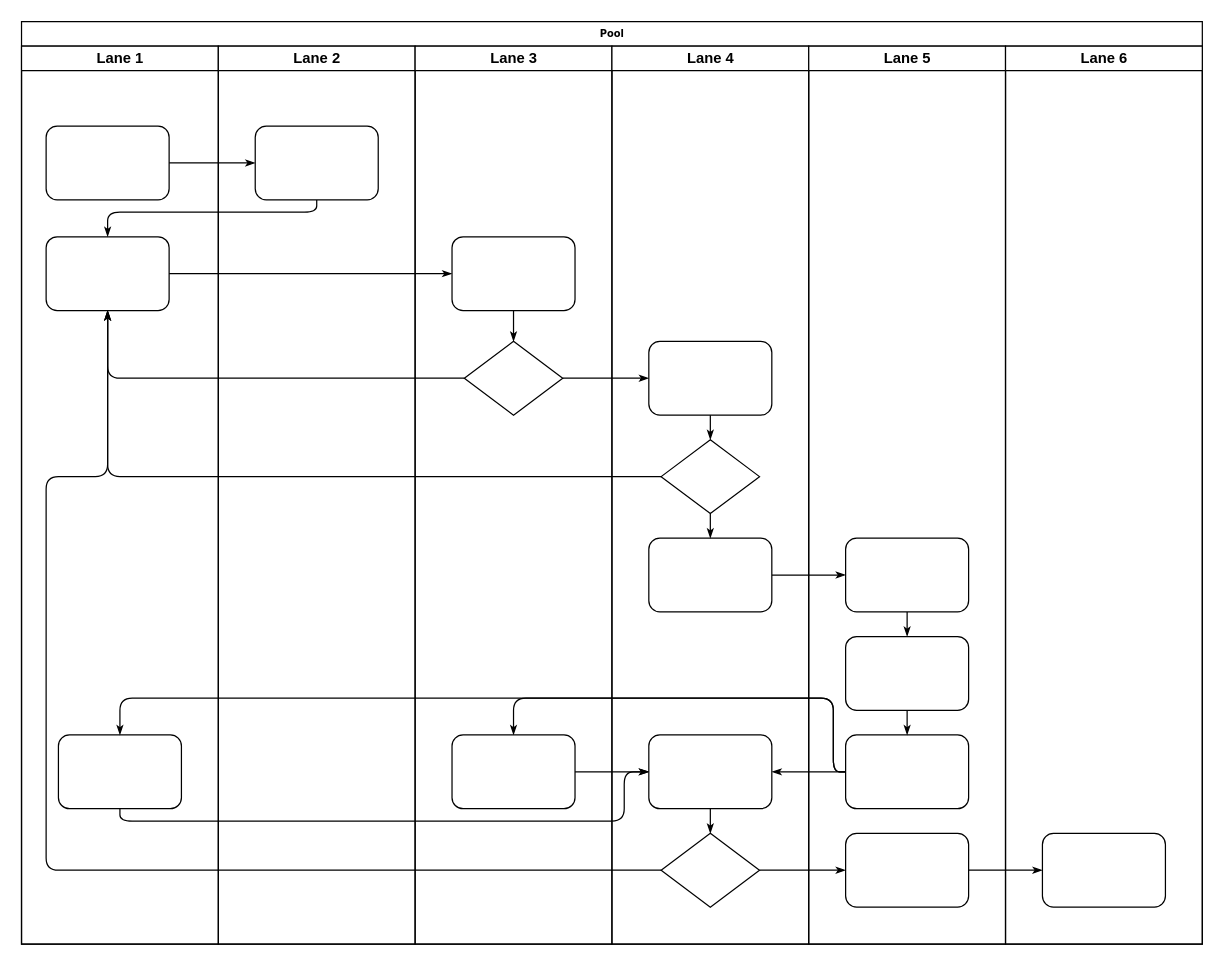
Earlier version of the draw.io diagram 事件通知消息回调.drawio (liangdengming/diagrams). Source tidied: cells renumbered, new cells numbered last; positions are measured from the earlier drawing's top-left corner, leaving out a move shared by most shapes. Both pictures are drawn from the tidied source at 123%, with x=0, y=0 at pixel (21, 21).
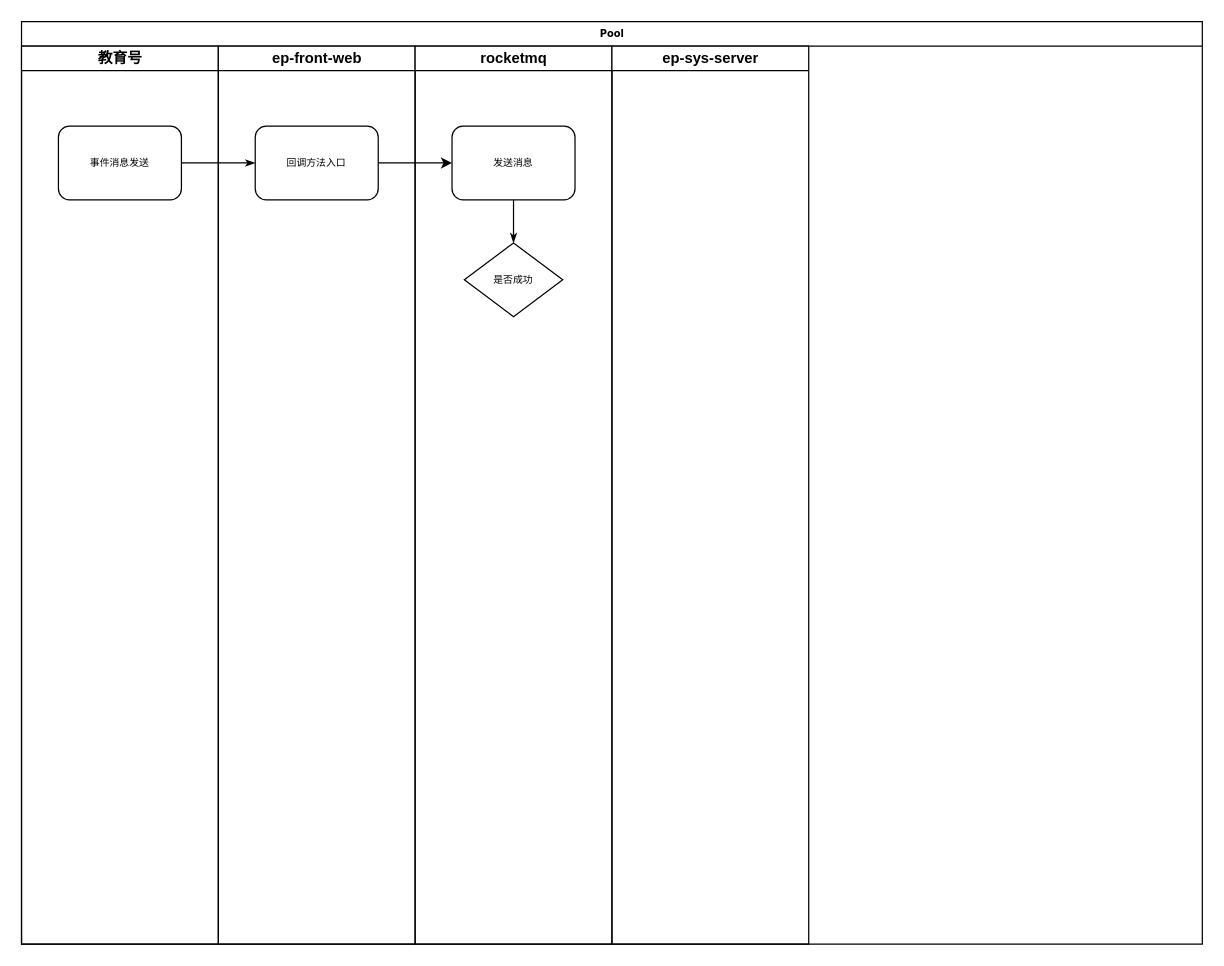
After the change.

Commit message:
事件通知消息回调.drawio

Unchanged cells that the change refers to:
```xml
<mxCell id="2" value="Pool" style="swimlane;html=1;startSize=20;rounded=0;shadow=0;labelBackgroundColor=none;strokeWidth=1;fontFamily=Verdana;fontSize=8;align=center;" parent="1" vertex="1">
  <mxGeometry width="960" height="750" as="geometry" />
</mxCell>
```

Diff of the diagram source:
```diff
@@
-    <mxCell id="3" value="Lane 1" style="swimlane;html=1;startSize=20;" parent="2" vertex="1">
+    <mxCell id="3" value="教育号" style="swimlane;html=1;startSize=20;" parent="2" vertex="1">
       <mxGeometry y="20" width="160" height="730" as="geometry" />
     </mxCell>
-    <mxCell id="4" style="rounded=1;whiteSpace=wrap;html=1;shadow=0;labelBackgroundColor=none;strokeWidth=1;fontFamily=Verdana;fontSize=8;align=center;" parent="3" vertex="1">
-      <mxGeometry x="20" y="65" width="100" height="60" as="geometry" />
+    <mxCell id="4" value="事件消息发送" style="rounded=1;whiteSpace=wrap;html=1;shadow=0;labelBackgroundColor=none;strokeWidth=1;fontFamily=Verdana;fontSize=8;align=center;" parent="3" vertex="1">
+      <mxGeometry x="30" y="65" width="100" height="60" as="geometry" />
     </mxCell>
-    <mxCell id="5" style="rounded=1;whiteSpace=wrap;html=1;shadow=0;labelBackgroundColor=none;strokeWidth=1;fontFamily=Verdana;fontSize=8;align=center;" parent="3" vertex="1">
-      <mxGeometry x="20" y="155" width="100" height="60" as="geometry" />
-    </mxCell>
-    <mxCell id="6" style="rounded=1;whiteSpace=wrap;html=1;shadow=0;labelBackgroundColor=none;strokeWidth=1;fontFamily=Verdana;fontSize=8;align=center;" parent="3" vertex="1">
-      <mxGeometry x="30" y="560" width="100" height="60" as="geometry" />
-    </mxCell>
@@
-    <mxCell id="8" style="edgeStyle=orthogonalEdgeStyle;rounded=1;html=1;labelBackgroundColor=none;startArrow=none;startFill=0;startSize=5;endArrow=classicThin;endFill=1;endSize=5;jettySize=auto;strokeWidth=1;fontFamily=Verdana;fontSize=8;" parent="2" edge="1" source="23" target="5">
-      <mxGeometry relative="1" as="geometry">
-        <Array as="points">
-          <mxPoint x="240" y="155" />
-          <mxPoint x="70" y="155" />
-        </Array>
-      </mxGeometry>
-    </mxCell>
-    <mxCell id="9" style="edgeStyle=orthogonalEdgeStyle;rounded=1;html=1;labelBackgroundColor=none;startArrow=none;startFill=0;startSize=5;endArrow=classicThin;endFill=1;endSize=5;jettySize=auto;strokeWidth=1;fontFamily=Verdana;fontSize=8;" parent="2" edge="1" source="5" target="25">
-      <mxGeometry relative="1" as="geometry" />
-    </mxCell>
-    <mxCell id="10" style="edgeStyle=orthogonalEdgeStyle;rounded=1;html=1;labelBackgroundColor=none;startArrow=none;startFill=0;startSize=5;endArrow=classicThin;endFill=1;endSize=5;jettySize=auto;strokeWidth=1;fontFamily=Verdana;fontSize=8;" parent="2" edge="1" source="26" target="5">
-      <mxGeometry relative="1" as="geometry" />
-    </mxCell>
-    <mxCell id="11" style="edgeStyle=orthogonalEdgeStyle;rounded=1;html=1;labelBackgroundColor=none;startArrow=none;startFill=0;startSize=5;endArrow=classicThin;endFill=1;endSize=5;jettySize=auto;strokeWidth=1;fontFamily=Verdana;fontSize=8;" parent="2" edge="1" source="31" target="5">
-      <mxGeometry relative="1" as="geometry" />
-    </mxCell>
-    <mxCell id="12" style="edgeStyle=orthogonalEdgeStyle;rounded=1;html=1;labelBackgroundColor=none;startArrow=none;startFill=0;startSize=5;endArrow=classicThin;endFill=1;endSize=5;jettySize=auto;strokeWidth=1;fontFamily=Verdana;fontSize=8;" parent="2" edge="1" source="34" target="5">
-      <mxGeometry relative="1" as="geometry">
-        <Array as="points">
-          <mxPoint x="20" y="690" />
-          <mxPoint x="20" y="370" />
-          <mxPoint x="70" y="370" />
-        </Array>
-      </mxGeometry>
-    </mxCell>
-    <mxCell id="13" style="edgeStyle=orthogonalEdgeStyle;rounded=1;html=1;labelBackgroundColor=none;startArrow=none;startFill=0;startSize=5;endArrow=classicThin;endFill=1;endSize=5;jettySize=auto;strokeWidth=1;fontFamily=Verdana;fontSize=8;" parent="2" edge="1" source="26" target="30">
-      <mxGeometry relative="1" as="geometry" />
-    </mxCell>
-    <mxCell id="14" style="edgeStyle=orthogonalEdgeStyle;rounded=1;html=1;labelBackgroundColor=none;startArrow=none;startFill=0;startSize=5;endArrow=classicThin;endFill=1;endSize=5;jettySize=auto;strokeWidth=1;fontFamily=Verdana;fontSize=8;" parent="2" edge="1" source="34" target="42">
-      <mxGeometry relative="1" as="geometry" />
-    </mxCell>
-    <mxCell id="15" style="edgeStyle=orthogonalEdgeStyle;rounded=1;html=1;labelBackgroundColor=none;startArrow=none;startFill=0;startSize=5;endArrow=classicThin;endFill=1;endSize=5;jettySize=auto;strokeWidth=1;fontFamily=Verdana;fontSize=8;" parent="2" edge="1" source="42" target="46">
-      <mxGeometry relative="1" as="geometry" />
-    </mxCell>
-    <mxCell id="16" style="edgeStyle=orthogonalEdgeStyle;rounded=1;html=1;labelBackgroundColor=none;startArrow=none;startFill=0;startSize=5;endArrow=classicThin;endFill=1;endSize=5;jettySize=auto;strokeWidth=1;fontFamily=Verdana;fontSize=8;" parent="2" edge="1" source="32" target="39">
-      <mxGeometry relative="1" as="geometry" />
-    </mxCell>
-    <mxCell id="17" style="edgeStyle=orthogonalEdgeStyle;rounded=1;html=1;labelBackgroundColor=none;startArrow=none;startFill=0;startSize=5;endArrow=classicThin;endFill=1;endSize=5;jettySize=auto;strokeWidth=1;fontFamily=Verdana;fontSize=8;" parent="2" edge="1" source="41" target="27">
-      <mxGeometry relative="1" as="geometry">
-        <Array as="points">
-          <mxPoint x="660" y="610" />
-          <mxPoint x="660" y="550" />
-          <mxPoint x="400" y="550" />
-        </Array>
-      </mxGeometry>
-    </mxCell>
-    <mxCell id="18" style="edgeStyle=orthogonalEdgeStyle;rounded=1;html=1;labelBackgroundColor=none;startArrow=none;startFill=0;startSize=5;endArrow=classicThin;endFill=1;endSize=5;jettySize=auto;strokeColor=#000000;strokeWidth=1;fontFamily=Verdana;fontSize=8;fontColor=#000000;" parent="2" edge="1" source="41" target="33">
-      <mxGeometry relative="1" as="geometry" />
-    </mxCell>
-    <mxCell id="19" style="edgeStyle=orthogonalEdgeStyle;rounded=1;html=1;labelBackgroundColor=none;startArrow=none;startFill=0;startSize=5;endArrow=classicThin;endFill=1;endSize=5;jettySize=auto;strokeWidth=1;fontFamily=Verdana;fontSize=8;" parent="2" edge="1" source="41" target="6">
-      <mxGeometry relative="1" as="geometry">
-        <Array as="points">
-          <mxPoint x="660" y="610" />
-          <mxPoint x="660" y="550" />
-          <mxPoint x="80" y="550" />
-        </Array>
-      </mxGeometry>
-    </mxCell>
-    <mxCell id="20" style="edgeStyle=orthogonalEdgeStyle;rounded=1;html=1;labelBackgroundColor=none;startArrow=none;startFill=0;startSize=5;endArrow=classicThin;endFill=1;endSize=5;jettySize=auto;strokeWidth=1;fontFamily=Verdana;fontSize=8;" parent="2" edge="1" source="6" target="33">
-      <mxGeometry relative="1" as="geometry">
-        <Array as="points">
-          <mxPoint x="80" y="650" />
-          <mxPoint x="490" y="650" />
-          <mxPoint x="490" y="610" />
-        </Array>
-      </mxGeometry>
-    </mxCell>
-    <mxCell id="21" style="edgeStyle=orthogonalEdgeStyle;rounded=1;html=1;labelBackgroundColor=none;startArrow=none;startFill=0;startSize=5;endArrow=classicThin;endFill=1;endSize=5;jettySize=auto;strokeWidth=1;fontFamily=Verdana;fontSize=8;" parent="2" edge="1" source="27" target="33">
-      <mxGeometry relative="1" as="geometry" />
-    </mxCell>
-    <mxCell id="22" value="Lane 2" style="swimlane;html=1;startSize=20;" parent="2" vertex="1">
+    <mxCell id="22" value="ep-front-web" style="swimlane;html=1;startSize=20;" parent="2" vertex="1">
       <mxGeometry x="160" y="20" width="160" height="730" as="geometry" />
     </mxCell>
-    <mxCell id="23" style="rounded=1;whiteSpace=wrap;html=1;shadow=0;labelBackgroundColor=none;strokeWidth=1;fontFamily=Verdana;fontSize=8;align=center;" parent="22" vertex="1">
+    <mxCell id="23" value="回调方法入口" style="rounded=1;whiteSpace=wrap;html=1;shadow=0;labelBackgroundColor=none;strokeWidth=1;fontFamily=Verdana;fontSize=8;align=center;" parent="22" vertex="1">
       <mxGeometry x="30" y="65" width="100" height="60" as="geometry" />
     </mxCell>
-    <mxCell id="24" value="Lane 3" style="swimlane;html=1;startSize=20;" parent="2" vertex="1">
+    <mxCell id="24" value="rocketmq" style="swimlane;html=1;startSize=20;" parent="2" vertex="1">
       <mxGeometry x="320" y="20" width="160" height="730" as="geometry" />
     </mxCell>
-    <mxCell id="25" style="rounded=1;whiteSpace=wrap;html=1;shadow=0;labelBackgroundColor=none;strokeWidth=1;fontFamily=Verdana;fontSize=8;align=center;" parent="24" vertex="1">
-      <mxGeometry x="30" y="155" width="100" height="60" as="geometry" />
+    <mxCell id="25" value="发送消息" style="rounded=1;whiteSpace=wrap;html=1;shadow=0;labelBackgroundColor=none;strokeWidth=1;fontFamily=Verdana;fontSize=8;align=center;" parent="24" vertex="1">
+      <mxGeometry x="30" y="65" width="100" height="60" as="geometry" />
     </mxCell>
-    <mxCell id="26" style="rhombus;whiteSpace=wrap;html=1;rounded=0;shadow=0;labelBackgroundColor=none;strokeWidth=1;fontFamily=Verdana;fontSize=8;align=center;" parent="24" vertex="1">
-      <mxGeometry x="40" y="240" width="80" height="60" as="geometry" />
+    <mxCell id="26" value="是否成功" style="rhombus;whiteSpace=wrap;html=1;rounded=0;shadow=0;labelBackgroundColor=none;strokeWidth=1;fontFamily=Verdana;fontSize=8;align=center;" parent="24" vertex="1">
+      <mxGeometry x="40" y="160" width="80" height="60" as="geometry" />
     </mxCell>
-    <mxCell id="27" style="rounded=1;whiteSpace=wrap;html=1;shadow=0;labelBackgroundColor=none;strokeWidth=1;fontFamily=Verdana;fontSize=8;align=center;" parent="24" vertex="1">
-      <mxGeometry x="30" y="560" width="100" height="60" as="geometry" />
-    </mxCell>
@@
-    <mxCell id="29" value="Lane 4" style="swimlane;html=1;startSize=20;" parent="2" vertex="1">
+    <mxCell id="29" value="ep-sys-server" style="swimlane;html=1;startSize=20;" parent="2" vertex="1">
       <mxGeometry x="480" y="20" width="160" height="730" as="geometry" />
     </mxCell>
-    <mxCell id="30" style="rounded=1;whiteSpace=wrap;html=1;shadow=0;labelBackgroundColor=none;strokeWidth=1;fontFamily=Verdana;fontSize=8;align=center;" parent="29" vertex="1">
-      <mxGeometry x="30" y="240" width="100" height="60" as="geometry" />
-    </mxCell>
-    <mxCell id="31" style="rhombus;whiteSpace=wrap;html=1;rounded=0;shadow=0;labelBackgroundColor=none;strokeWidth=1;fontFamily=Verdana;fontSize=8;align=center;" parent="29" vertex="1">
-      <mxGeometry x="40" y="320" width="80" height="60" as="geometry" />
-    </mxCell>
-    <mxCell id="32" style="rounded=1;whiteSpace=wrap;html=1;shadow=0;labelBackgroundColor=none;strokeWidth=1;fontFamily=Verdana;fontSize=8;align=center;" parent="29" vertex="1">
-      <mxGeometry x="30" y="400" width="100" height="60" as="geometry" />
-    </mxCell>
-    <mxCell id="33" style="rounded=1;whiteSpace=wrap;html=1;shadow=0;labelBackgroundColor=none;strokeWidth=1;fontFamily=Verdana;fontSize=8;align=center;" parent="29" vertex="1">
-      <mxGeometry x="30" y="560" width="100" height="60" as="geometry" />
-    </mxCell>
-    <mxCell id="34" style="rhombus;whiteSpace=wrap;html=1;rounded=0;shadow=0;labelBackgroundColor=none;strokeWidth=1;fontFamily=Verdana;fontSize=8;align=center;" parent="29" vertex="1">
-      <mxGeometry x="40" y="640" width="80" height="60" as="geometry" />
-    </mxCell>
-    <mxCell id="35" style="edgeStyle=orthogonalEdgeStyle;rounded=1;html=1;labelBackgroundColor=none;startArrow=none;startFill=0;startSize=5;endArrow=classicThin;endFill=1;endSize=5;jettySize=auto;strokeColor=#000000;strokeWidth=1;fontFamily=Verdana;fontSize=8;fontColor=#000000;" parent="29" edge="1" source="30" target="31">
-      <mxGeometry relative="1" as="geometry" />
-    </mxCell>
-    <mxCell id="36" style="edgeStyle=orthogonalEdgeStyle;rounded=1;html=1;labelBackgroundColor=none;startArrow=none;startFill=0;startSize=5;endArrow=classicThin;endFill=1;endSize=5;jettySize=auto;strokeWidth=1;fontFamily=Verdana;fontSize=8;" parent="29" edge="1" source="31" target="32">
-      <mxGeometry relative="1" as="geometry" />
-    </mxCell>
-    <mxCell id="37" style="edgeStyle=orthogonalEdgeStyle;rounded=1;html=1;labelBackgroundColor=none;startArrow=none;startFill=0;startSize=5;endArrow=classicThin;endFill=1;endSize=5;jettySize=auto;strokeWidth=1;fontFamily=Verdana;fontSize=8;" parent="29" edge="1" source="33" target="34">
-      <mxGeometry relative="1" as="geometry" />
-    </mxCell>
-    <mxCell id="38" value="Lane 5" style="swimlane;html=1;startSize=20;" parent="2" vertex="1">
-      <mxGeometry x="640" y="20" width="160" height="730" as="geometry" />
-    </mxCell>
-    <mxCell id="39" style="rounded=1;whiteSpace=wrap;html=1;shadow=0;labelBackgroundColor=none;strokeWidth=1;fontFamily=Verdana;fontSize=8;align=center;" parent="38" vertex="1">
-      <mxGeometry x="30" y="400" width="100" height="60" as="geometry" />
-    </mxCell>
-    <mxCell id="40" style="rounded=1;whiteSpace=wrap;html=1;shadow=0;labelBackgroundColor=none;strokeWidth=1;fontFamily=Verdana;fontSize=8;align=center;" parent="38" vertex="1">
-      <mxGeometry x="30" y="480" width="100" height="60" as="geometry" />
-    </mxCell>
-    <mxCell id="41" style="rounded=1;whiteSpace=wrap;html=1;shadow=0;labelBackgroundColor=none;strokeWidth=1;fontFamily=Verdana;fontSize=8;align=center;" parent="38" vertex="1">
-      <mxGeometry x="30" y="560" width="100" height="60" as="geometry" />
-    </mxCell>
-    <mxCell id="42" style="rounded=1;whiteSpace=wrap;html=1;shadow=0;labelBackgroundColor=none;strokeWidth=1;fontFamily=Verdana;fontSize=8;align=center;" parent="38" vertex="1">
-      <mxGeometry x="30" y="640" width="100" height="60" as="geometry" />
-    </mxCell>
-    <mxCell id="43" style="edgeStyle=orthogonalEdgeStyle;rounded=1;html=1;labelBackgroundColor=none;startArrow=none;startFill=0;startSize=5;endArrow=classicThin;endFill=1;endSize=5;jettySize=auto;strokeWidth=1;fontFamily=Verdana;fontSize=8;" parent="38" edge="1" source="39" target="40">
-      <mxGeometry relative="1" as="geometry" />
-    </mxCell>
-    <mxCell id="44" style="edgeStyle=orthogonalEdgeStyle;rounded=1;html=1;labelBackgroundColor=none;startArrow=none;startFill=0;startSize=5;endArrow=classicThin;endFill=1;endSize=5;jettySize=auto;strokeWidth=1;fontFamily=Verdana;fontSize=8;" parent="38" edge="1" source="40" target="41">
-      <mxGeometry relative="1" as="geometry" />
-    </mxCell>
-    <mxCell id="45" value="Lane 6" style="swimlane;html=1;startSize=20;" parent="2" vertex="1">
-      <mxGeometry x="800" y="20" width="160" height="730" as="geometry" />
-    </mxCell>
-    <mxCell id="46" style="rounded=1;whiteSpace=wrap;html=1;shadow=0;labelBackgroundColor=none;strokeWidth=1;fontFamily=Verdana;fontSize=8;align=center;" parent="45" vertex="1">
-      <mxGeometry x="30" y="640" width="100" height="60" as="geometry" />
-    </mxCell>
+    <mxCell id="47" style="edgeStyle=orthogonalEdgeStyle;rounded=0;jettySize=auto;html=1;" parent="2" edge="1" source="23" target="25">
+      <mxGeometry relative="1" as="geometry" />
+    </mxCell>
```
